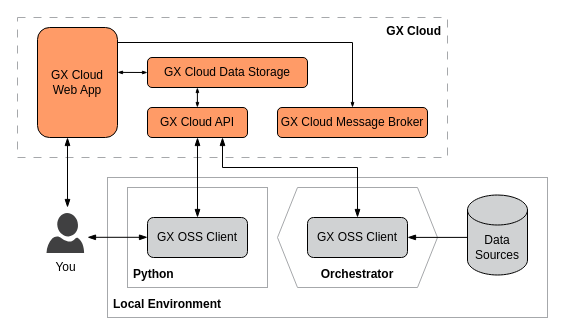
The draw.io diagram page "deployment-orchestrator" (4 of 4) of docs/docusaurus/docs/cloud/architecture_deployment_images/gx_cloud_architecture_and_deployment_diagrams.drawio in great-expectations/great_expectations, before the edit. Source tidied: cells renumbered, new cells numbered last; positions are measured from the earlier drawing's top-left corner, leaving out a move shared by most shapes. Both pictures are drawn from the tidied source at 100%, with x=0, y=0 at pixel (17, 17).
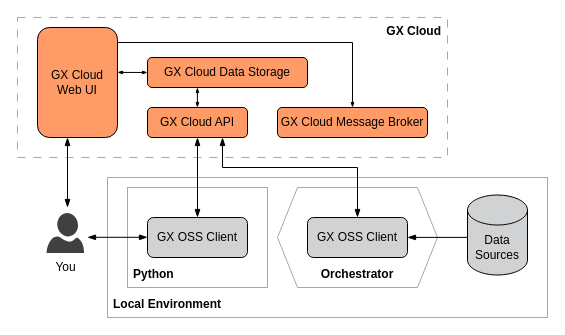
The same diagram, later.

What changed in the source:
```diff
@@
-    <mxCell id="17" value="GX Cloud&lt;br&gt;Web App" style="rounded=1;whiteSpace=wrap;html=1;strokeWidth=1;fillColor=#FF9B67;" parent="1" vertex="1">
+    <mxCell id="17" value="GX Cloud&lt;br&gt;Web UI" style="rounded=1;whiteSpace=wrap;html=1;strokeWidth=1;fillColor=#FF9B67;" parent="1" vertex="1">
       <mxGeometry x="20" y="10" width="80" height="110" as="geometry" />
     </mxCell>
```
